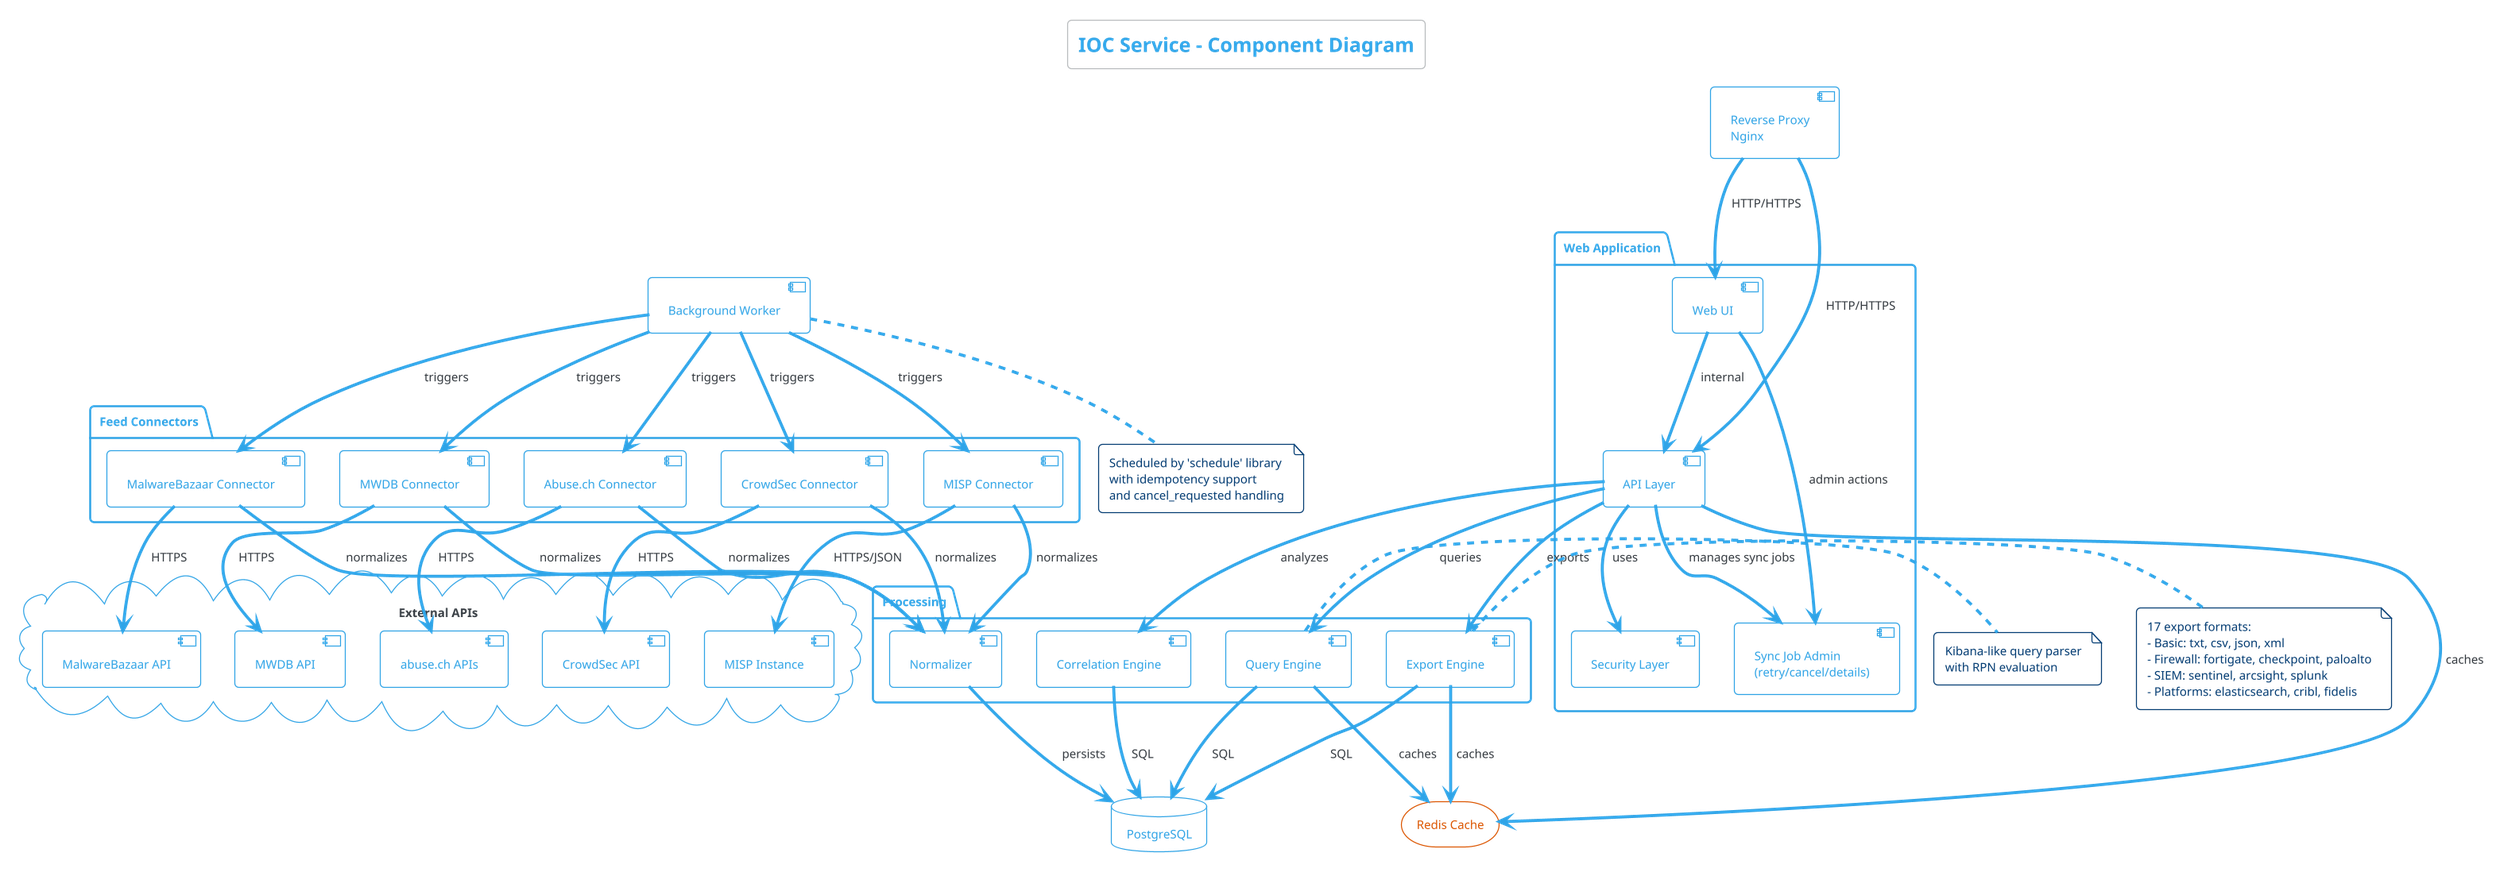
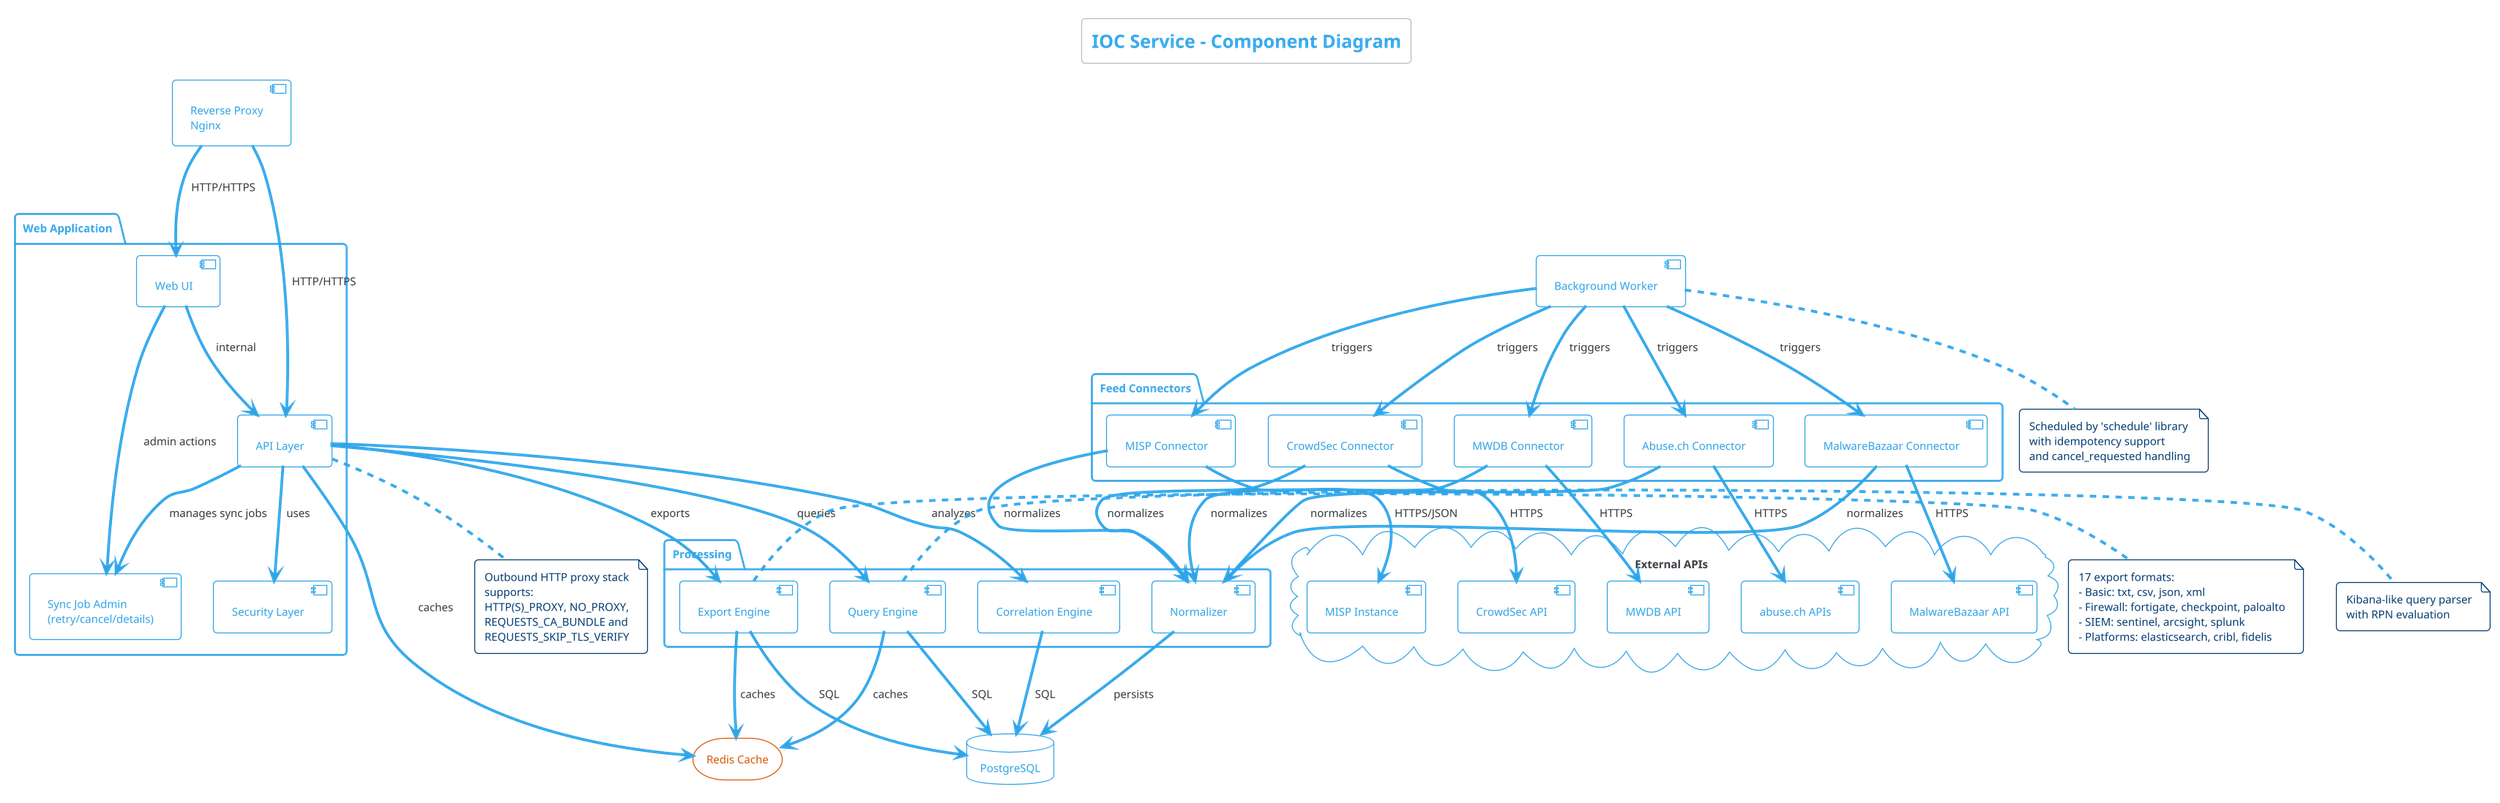
@startuml IOC_Service_Component
!theme cerulean-outline

scale 1.2
title IOC Service - Component Diagram

package "Web Application" {
    [API Layer] as API
    [Web UI] as WebUI
    [Security Layer] as Security
    [Sync Job Admin\n(retry/cancel/details)] as JobAdmin
}

package "Feed Connectors" {
    [CrowdSec Connector] as CrowdSec
    [MISP Connector] as MISP
    [MalwareBazaar Connector] as Bazaar
    [MWDB Connector] as MWDB
    [Abuse.ch Connector] as AbuseCh
}

package "Processing" {
    [Query Engine] as QueryEngine
    [Export Engine] as ExportEngine
    [Correlation Engine] as Correlation
    [Normalizer] as Normalizer
}

[Background Worker] as Worker

cloud "External APIs" {
    [CrowdSec API]
    [MISP Instance]
    [MalwareBazaar API]
    [MWDB API]
    [abuse.ch APIs]
}

database "PostgreSQL" as Postgres
storage "Redis Cache" as Redis
[Reverse Proxy\nNginx] as Nginx

' Connections
Nginx --> API : HTTP/HTTPS
Nginx --> WebUI : HTTP/HTTPS
API --> Security : uses
API --> QueryEngine : queries
API --> ExportEngine : exports
API --> Correlation : analyzes
API --> JobAdmin : manages sync jobs

WebUI --> API : internal
WebUI --> JobAdmin : admin actions

Worker --> CrowdSec : triggers
Worker --> MISP : triggers
Worker --> Bazaar : triggers
Worker --> MWDB : triggers
Worker --> AbuseCh : triggers

CrowdSec --> [CrowdSec API] : HTTPS
MISP --> [MISP Instance] : HTTPS/JSON
Bazaar --> [MalwareBazaar API] : HTTPS
MWDB --> [MWDB API] : HTTPS
AbuseCh --> [abuse.ch APIs] : HTTPS

CrowdSec --> Normalizer : normalizes
MISP --> Normalizer : normalizes
Bazaar --> Normalizer : normalizes
MWDB --> Normalizer : normalizes
AbuseCh --> Normalizer : normalizes

Normalizer --> Postgres : persists
QueryEngine --> Postgres : SQL
ExportEngine --> Postgres : SQL
Correlation --> Postgres : SQL

API --> Redis : caches
QueryEngine --> Redis : caches
ExportEngine --> Redis : caches

note right of ExportEngine
  17 export formats:
  - Basic: txt, csv, json, xml
  - Firewall: fortigate, checkpoint, paloalto
  - SIEM: sentinel, arcsight, splunk
  - Platforms: elasticsearch, cribl, fidelis
end note

note right of QueryEngine
  Kibana-like query parser
  with RPN evaluation
end note

note bottom of Worker
  Scheduled by 'schedule' library
  with idempotency support
  and cancel_requested handling
end note

+ note bottom of API
+   Outbound HTTP proxy stack
+   supports:
+   HTTP(S)_PROXY, NO_PROXY,
+   REQUESTS_CA_BUNDLE and
+   REQUESTS_SKIP_TLS_VERIFY
+ end note
+ 
@enduml
